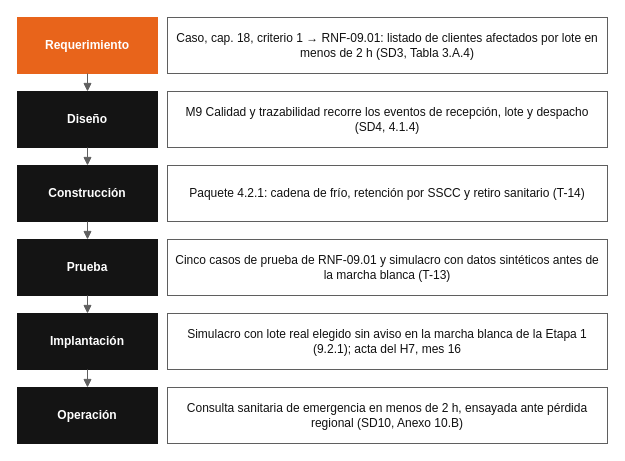
The draw.io diagram subdocumento-14/figuras/fuentes/trazabilidad.drawio in PatricioH315/LafroX, before the edit. Source tidied: cells renumbered, new cells numbered last; positions are measured from the earlier drawing's top-left corner, leaving out a move shared by most shapes. Both pictures are drawn from the tidied source at 100%, with x=0, y=0 at pixel (17, 17).
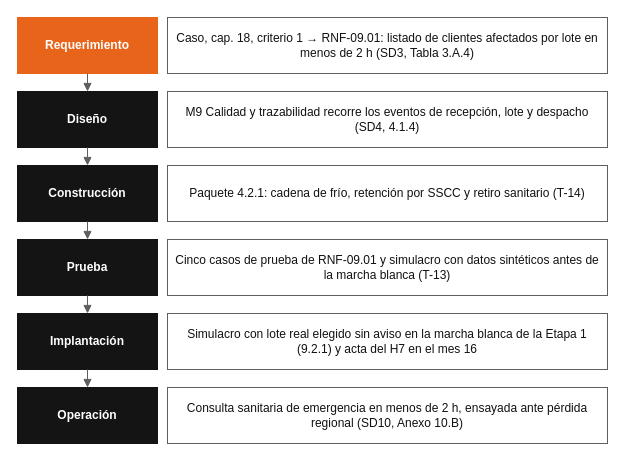
The same page after the edit.

What changed in the source:
```diff
@@
-    <mxCell id="15" value="Simulacro con lote real elegido sin aviso en la marcha blanca de la Etapa 1 (9.2.1); acta del H7, mes 16" style="rounded=0;whiteSpace=wrap;html=1;fontFamily=Helvetica;fontSize=12;fontColor=#111111;strokeColor=#5F5F5F;spacing=4;fillColor=#FFFFFF;" parent="1" vertex="1">
+    <mxCell id="15" value="Simulacro con lote real elegido sin aviso en la marcha blanca de la Etapa 1 (9.2.1) y acta del H7 en el mes 16" style="rounded=0;whiteSpace=wrap;html=1;fontFamily=Helvetica;fontSize=12;fontColor=#111111;strokeColor=#5F5F5F;spacing=4;fillColor=#FFFFFF;" parent="1" vertex="1">
       <mxGeometry x="150" y="296" width="440" height="56" as="geometry" />
     </mxCell>
```
